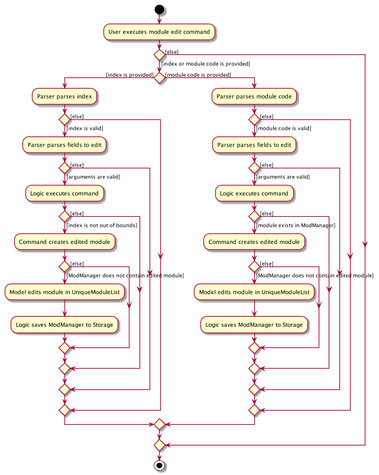
This is docs/images/ModuleEditActivityDiagram.png from zixinn/main, a PlantUML export, as it was before one commit.
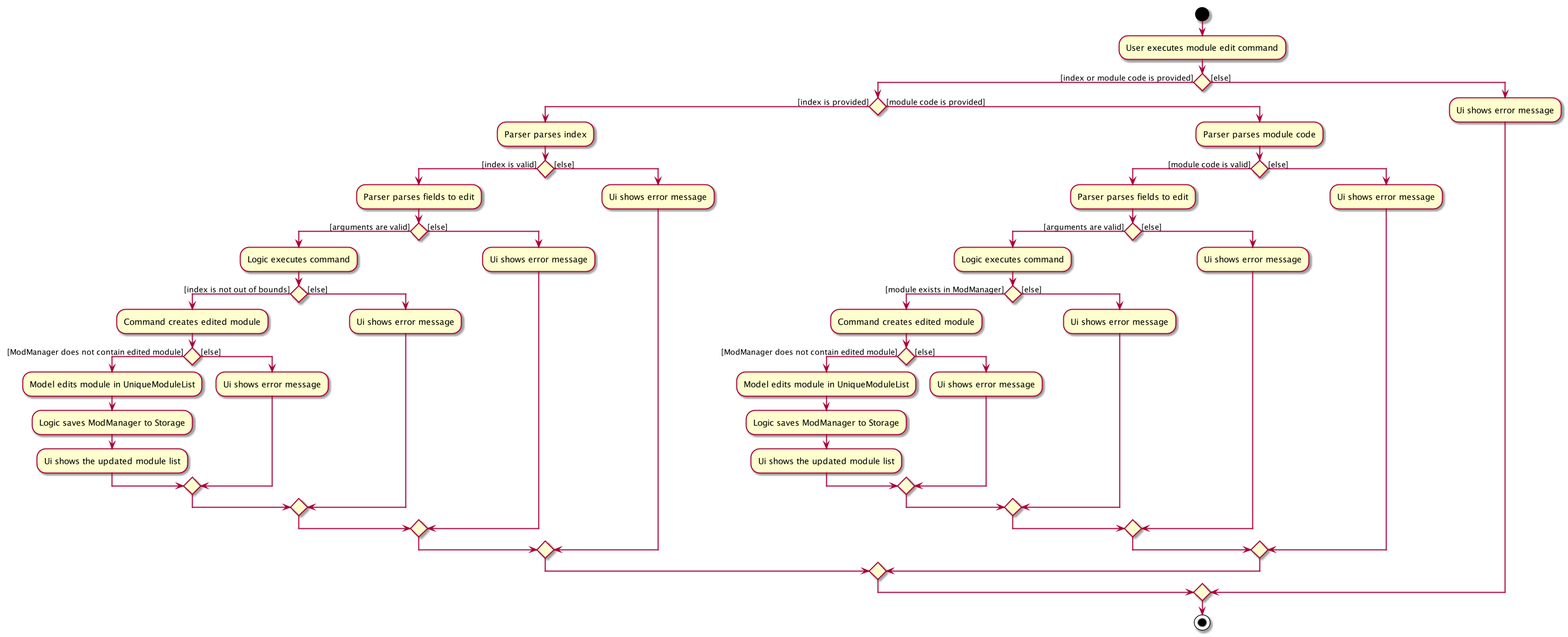
Later version of the same file.

What changed in the source:
```diff
@@ -13,13 +13,18 @@
                     if () then ([ModManager does not contain edited module])
                         :Model edits module in UniqueModuleList;
                         :Logic saves ModManager to Storage;
+                        :Ui shows the updated module list;
                     else ([else])
+                        :Ui shows error message;
                     endif
                 else ([else])
+                    :Ui shows error message;
                 endif
             else ([else])
+                :Ui shows error message;
             endif
         else ([else])
+            :Ui shows error message;
         endif
     else ([module code is provided])
         :Parser parses module code;
@@ -32,16 +37,22 @@
                     if () then ([ModManager does not contain edited module])
                         :Model edits module in UniqueModuleList;
                         :Logic saves ModManager to Storage;
+                        :Ui shows the updated module list;
                     else ([else])
+                        :Ui shows error message;
                     endif
                 else ([else])
+                    :Ui shows error message;
                 endif
             else ([else])
+                :Ui shows error message;
             endif
         else ([else])
+            :Ui shows error message;
         endif
     endif
 else ([else])
+    :Ui shows error message;
 endif
 stop
 @enduml
```
